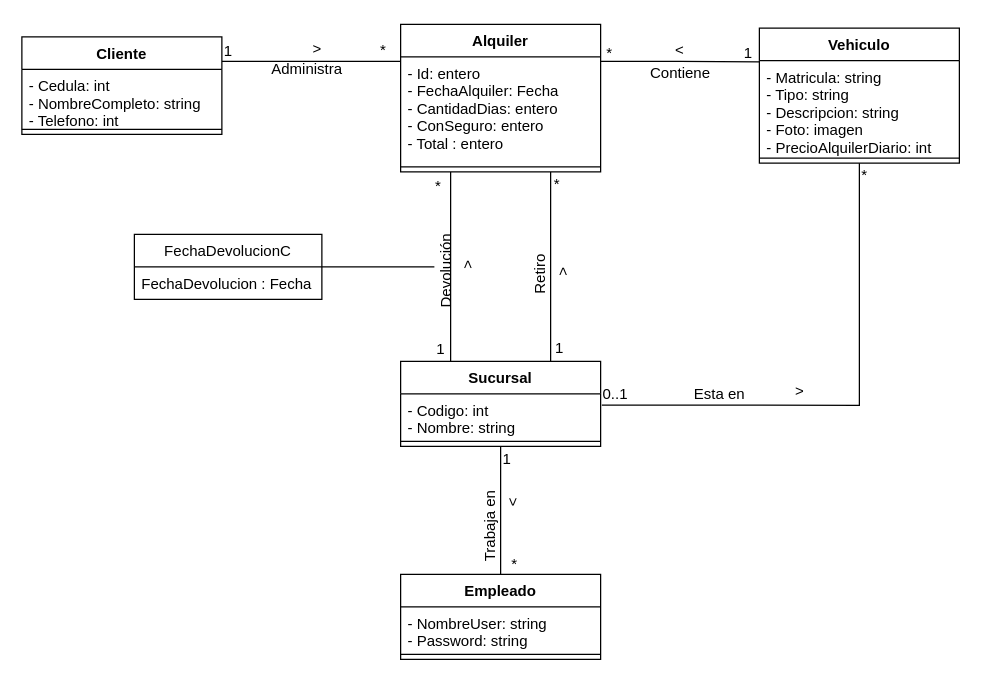
This is Diagramas/ModeloConceptual.drawio from KaTTNico/BIOSRent, a draw.io file, before an edit. Source tidied: cells renumbered, new cells numbered last; positions are measured from the earlier drawing's top-left corner, leaving out a move shared by most shapes. Both pictures are drawn from the tidied source at 125%, with x=0, y=0 at pixel (21, 24).
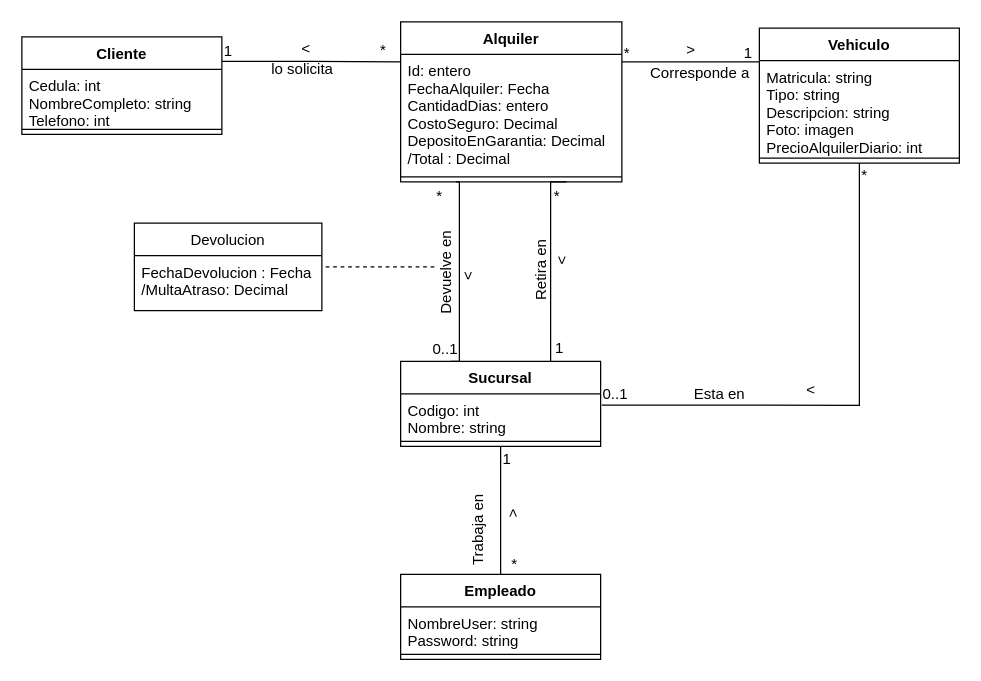
After the change.

Commit message (it also covers changes not shown here):
Arreglo Mer y Modelo Conceptual en Clase

Unchanged cells that the change refers to:
```xml
<mxCell id="3" value="Sucursal" style="swimlane;fontStyle=1;align=center;verticalAlign=top;horizontal=1;startSize=26;" parent="1" vertex="1">
  <mxGeometry x="303" y="269.5" width="160" height="68" as="geometry" />
</mxCell>
<mxCell id="6" value="Vehiculo" style="swimlane;fontStyle=1;align=center;verticalAlign=top;horizontal=1;startSize=26;" parent="1" vertex="1">
  <mxGeometry x="590" y="3" width="160" height="108" as="geometry" />
</mxCell>
<mxCell id="10" value="Cliente" style="swimlane;fontStyle=1;align=center;verticalAlign=top;horizontal=1;startSize=26;" parent="1" vertex="1">
  <mxGeometry y="10" width="160" height="78" as="geometry" />
</mxCell>
<mxCell id="14" value="Empleado" style="swimlane;fontStyle=1;align=center;verticalAlign=top;horizontal=1;startSize=26;" parent="1" vertex="1">
  <mxGeometry x="303" y="440" width="160" height="68" as="geometry" />
</mxCell>
```

Diff of the diagram source:
```diff
@@
-    <mxCell id="4" value="- Codigo: int&#10;- Nombre: string&#10;" style="text;strokeColor=none;fillColor=none;align=left;verticalAlign=top;spacingLeft=4;spacingRight=4;overflow=hidden;points=[[0,0.5],[1,0.5]];portConstraint=eastwest;" parent="3" vertex="1">
+    <mxCell id="4" value="Codigo: int&#10;Nombre: string&#10;" style="text;strokeColor=none;fillColor=none;align=left;verticalAlign=top;spacingLeft=4;spacingRight=4;overflow=hidden;points=[[0,0.5],[1,0.5]];portConstraint=eastwest;" parent="3" vertex="1">
       <mxGeometry y="26" width="160" height="34" as="geometry" />
     </mxCell>
@@
-    <mxCell id="7" value="- Matricula: string&#10;- Tipo: string&#10;- Descripcion: string&#10;- Foto: imagen&#10;- PrecioAlquilerDiario: int&#10;&#10;" style="text;strokeColor=none;fillColor=none;align=left;verticalAlign=top;spacingLeft=4;spacingRight=4;overflow=hidden;" parent="6" vertex="1">
+    <mxCell id="7" value="Matricula: string&#10;Tipo: string&#10;Descripcion: string&#10;Foto: imagen&#10;PrecioAlquilerDiario: int&#10;&#10;" style="text;strokeColor=none;fillColor=none;align=left;verticalAlign=top;spacingLeft=4;spacingRight=4;overflow=hidden;" parent="6" vertex="1">
       <mxGeometry y="26" width="160" height="74" as="geometry" />
     </mxCell>
@@
-    <mxCell id="11" value="- Cedula: int&#10;- NombreCompleto: string&#10;- Telefono: int&#10;&#10;" style="text;strokeColor=none;fillColor=none;align=left;verticalAlign=top;spacingLeft=4;spacingRight=4;overflow=hidden;" parent="10" vertex="1">
+    <mxCell id="11" value="Cedula: int&#10;NombreCompleto: string&#10;Telefono: int&#10;&#10;" style="text;strokeColor=none;fillColor=none;align=left;verticalAlign=top;spacingLeft=4;spacingRight=4;overflow=hidden;" parent="10" vertex="1">
       <mxGeometry y="26" width="160" height="44" as="geometry" />
     </mxCell>
@@
-    <mxCell id="15" value="- NombreUser: string&#10;- Password: string&#10;" style="text;strokeColor=none;fillColor=none;align=left;verticalAlign=top;spacingLeft=4;spacingRight=4;overflow=hidden;" parent="14" vertex="1">
+    <mxCell id="15" value="NombreUser: string&#10;Password: string&#10;" style="text;strokeColor=none;fillColor=none;align=left;verticalAlign=top;spacingLeft=4;spacingRight=4;overflow=hidden;" parent="14" vertex="1">
       <mxGeometry y="26" width="160" height="34" as="geometry" />
     </mxCell>
@@
     <mxCell id="19" style="edgeStyle=orthogonalEdgeStyle;rounded=0;jettySize=auto;html=1;exitX=0.25;exitY=1;exitDx=0;exitDy=0;entryX=0.25;entryY=0;entryDx=0;entryDy=0;endArrow=none;endFill=0;" parent="1" edge="1" source="20" target="3">
-      <mxGeometry relative="1" as="geometry" />
+      <mxGeometry relative="1" as="geometry">
+        <Array as="points">
+          <mxPoint x="350" y="126" />
+          <mxPoint x="350" y="270" />
+        </Array>
+      </mxGeometry>
     </mxCell>
     <mxCell id="20" value="Alquiler" style="swimlane;fontStyle=1;align=center;verticalAlign=top;horizontal=1;startSize=26;" parent="1" vertex="1">
-      <mxGeometry x="303" width="160" height="118" as="geometry" />
+      <mxGeometry x="303" y="-2" width="177" height="128" as="geometry" />
     </mxCell>
-    <mxCell id="21" value="- Id: entero&#10;- FechaAlquiler: Fecha&#10;- CantidadDias: entero&#10;- ConSeguro: entero&#10;- Total : entero&#10;" style="text;strokeColor=none;fillColor=none;align=left;verticalAlign=top;spacingLeft=4;spacingRight=4;overflow=hidden;" parent="20" vertex="1">
-      <mxGeometry y="26" width="160" height="84" as="geometry" />
+    <mxCell id="21" value="Id: entero&#10;FechaAlquiler: Fecha&#10;CantidadDias: entero&#10;CostoSeguro: Decimal&#10;DepositoEnGarantia: Decimal&#10;/Total : Decimal&#10;" style="text;strokeColor=none;fillColor=none;align=left;verticalAlign=top;spacingLeft=4;spacingRight=4;overflow=hidden;" parent="20" vertex="1">
+      <mxGeometry y="26" width="177" height="94" as="geometry" />
     </mxCell>
     <mxCell id="22" style="line;strokeWidth=1;fillColor=none;align=left;verticalAlign=middle;spacingTop=-1;spacingLeft=3;spacingRight=3;labelPosition=right;" parent="20" vertex="1">
-      <mxGeometry y="110" width="160" height="8" as="geometry" />
+      <mxGeometry y="120" width="177" height="8" as="geometry" />
     </mxCell>
@@
     <mxCell id="26" value="*" style="text;html=1;align=left;verticalAlign=top;spacingTop=-4;" parent="1" vertex="1">
-      <mxGeometry x="466" y="13" width="20" height="20" as="geometry" />
+      <mxGeometry x="480" y="13" width="20" height="20" as="geometry" />
     </mxCell>
@@
-    <mxCell id="31" value="&amp;gt;" style="text;html=1;align=left;verticalAlign=top;spacingTop=-4;rotation=0;" parent="1" vertex="1">
+    <mxCell id="31" value="&amp;gt;" style="text;html=1;align=left;verticalAlign=top;spacingTop=-4;rotation=-180;" parent="1" vertex="1">
       <mxGeometry x="617" y="283.5" width="20" height="20" as="geometry" />
     </mxCell>
-    <mxCell id="32" value="&amp;gt;" style="text;html=1;align=left;verticalAlign=top;spacingTop=-4;rotation=90;" parent="1" vertex="1">
+    <mxCell id="32" value="&amp;gt;" style="text;html=1;align=left;verticalAlign=top;spacingTop=-4;rotation=-90;" parent="1" vertex="1">
       <mxGeometry x="383" y="377" width="20" height="20" as="geometry" />
     </mxCell>
-    <mxCell id="33" value="&amp;lt;" style="text;html=1;align=left;verticalAlign=top;spacingTop=-4;rotation=180;" parent="1" vertex="1">
+    <mxCell id="33" value="&amp;lt;" style="text;html=1;align=left;verticalAlign=top;spacingTop=-4;rotation=-1;" parent="1" vertex="1">
       <mxGeometry x="222.5" y="10" width="20" height="20" as="geometry" />
     </mxCell>
-    <mxCell id="34" value="&amp;lt;" style="text;html=1;align=left;verticalAlign=top;spacingTop=-4;rotation=0;" parent="1" vertex="1">
+    <mxCell id="34" value="&amp;lt;" style="text;html=1;align=left;verticalAlign=top;spacingTop=-4;rotation=-180;" parent="1" vertex="1">
       <mxGeometry x="521" y="11" width="20" height="20" as="geometry" />
     </mxCell>
@@
     <mxCell id="36" value="*" style="text;html=1;align=left;verticalAlign=top;spacingTop=-4;" parent="1" vertex="1">
-      <mxGeometry x="424" y="118" width="20" height="20" as="geometry" />
+      <mxGeometry x="424" y="128" width="20" height="20" as="geometry" />
     </mxCell>
-    <mxCell id="37" value="&amp;gt;" style="text;html=1;align=left;verticalAlign=top;spacingTop=-4;rotation=-90;" parent="1" vertex="1">
+    <mxCell id="37" value="&amp;gt;" style="text;html=1;align=left;verticalAlign=top;spacingTop=-4;rotation=90;" parent="1" vertex="1">
       <mxGeometry x="423" y="183.5" width="20" height="20" as="geometry" />
     </mxCell>
-    <mxCell id="38" style="edgeStyle=orthogonalEdgeStyle;rounded=0;jettySize=auto;html=1;endArrow=none;endFill=0;" parent="1" edge="1" source="39" target="48">
+    <mxCell id="38" style="edgeStyle=orthogonalEdgeStyle;rounded=0;jettySize=auto;html=1;endArrow=none;endFill=0;dashed=1;" parent="1" edge="1" source="39" target="48">
       <mxGeometry relative="1" as="geometry" />
     </mxCell>
-    <mxCell id="39" value="Devolución" style="text;html=1;points=[];align=left;verticalAlign=top;spacingTop=-4;rotation=-90;" parent="1" vertex="1">
-      <mxGeometry x="305" y="184" width="70" height="20" as="geometry" />
+    <mxCell id="39" value="Devuelve en" style="text;html=1;points=[];align=left;verticalAlign=top;spacingTop=-4;rotation=-90;" parent="1" vertex="1">
+      <mxGeometry x="300" y="184" width="80" height="20" as="geometry" />
     </mxCell>
-    <mxCell id="40" value="Retiro" style="text;html=1;align=left;verticalAlign=top;spacingTop=-4;rotation=-90;" parent="1" vertex="1">
-      <mxGeometry x="390" y="183" width="50" height="20" as="geometry" />
+    <mxCell id="40" value="Retira en" style="text;html=1;align=left;verticalAlign=top;spacingTop=-4;rotation=-90;" parent="1" vertex="1">
+      <mxGeometry x="386" y="183" width="60" height="20" as="geometry" />
     </mxCell>
@@
     <mxCell id="42" value="Trabaja en" style="text;html=1;align=left;verticalAlign=top;spacingTop=-4;rotation=-90;" parent="1" vertex="1">
-      <mxGeometry x="340" y="387" width="70" height="20" as="geometry" />
+      <mxGeometry x="330" y="390" width="70" height="20" as="geometry" />
     </mxCell>
-    <mxCell id="43" value="Administra" style="text;html=1;align=left;verticalAlign=top;spacingTop=-4;" parent="1" vertex="1">
-      <mxGeometry x="197.5" y="26" width="70" height="20" as="geometry" />
+    <mxCell id="43" value="lo solicita" style="text;html=1;align=left;verticalAlign=top;spacingTop=-4;" parent="1" vertex="1">
+      <mxGeometry x="197.5" y="26" width="60" height="20" as="geometry" />
     </mxCell>
-    <mxCell id="44" value="Contiene" style="text;html=1;align=left;verticalAlign=top;spacingTop=-4;" parent="1" vertex="1">
-      <mxGeometry x="501" y="29" width="60" height="20" as="geometry" />
+    <mxCell id="44" value="Corresponde a" style="text;html=1;align=left;verticalAlign=top;spacingTop=-4;" parent="1" vertex="1">
+      <mxGeometry x="501" y="29" width="90" height="20" as="geometry" />
     </mxCell>
     <mxCell id="45" value="*" style="text;html=1;align=left;verticalAlign=top;spacingTop=-4;" parent="1" vertex="1">
-      <mxGeometry x="329" y="120" width="20" height="20" as="geometry" />
+      <mxGeometry x="330" y="128" width="20" height="20" as="geometry" />
     </mxCell>
-    <mxCell id="46" value="1" style="text;html=1;align=left;verticalAlign=top;spacingTop=-4;" parent="1" vertex="1">
-      <mxGeometry x="330" y="249.5" width="20" height="20" as="geometry" />
+    <mxCell id="46" value="0..1" style="text;html=1;align=left;verticalAlign=top;spacingTop=-4;" parent="1" vertex="1">
+      <mxGeometry x="327" y="249.5" width="40" height="20" as="geometry" />
     </mxCell>
-    <mxCell id="47" value="&amp;lt;" style="text;html=1;align=left;verticalAlign=top;spacingTop=-4;rotation=90;" parent="1" vertex="1">
+    <mxCell id="47" value="&amp;lt;" style="text;html=1;align=left;verticalAlign=top;spacingTop=-4;rotation=-90;direction=west;" parent="1" vertex="1">
       <mxGeometry x="347" y="187" width="20" height="20" as="geometry" />
     </mxCell>
-    <mxCell id="48" value="FechaDevolucionC" style="swimlane;fontStyle=0;horizontal=1;startSize=26;fillColor=none;" parent="1" vertex="1">
-      <mxGeometry x="90" y="168" width="150" height="52" as="geometry" />
+    <mxCell id="48" value="Devolucion" style="swimlane;fontStyle=0;horizontal=1;startSize=26;fillColor=none;" parent="1" vertex="1">
+      <mxGeometry x="90" y="159" width="150" height="70" as="geometry" />
     </mxCell>
-    <mxCell id="49" value="FechaDevolucion : Fecha" style="text;strokeColor=none;fillColor=none;align=left;verticalAlign=top;spacingLeft=4;spacingRight=4;overflow=hidden;" parent="48" vertex="1">
-      <mxGeometry y="26" width="150" height="26" as="geometry" />
+    <mxCell id="49" value="FechaDevolucion : Fecha&#10;/MultaAtraso: Decimal&#10;" style="text;strokeColor=none;fillColor=none;align=left;verticalAlign=top;spacingLeft=4;spacingRight=4;overflow=hidden;" parent="48" vertex="1">
+      <mxGeometry y="26" width="150" height="44" as="geometry" />
     </mxCell>
```
